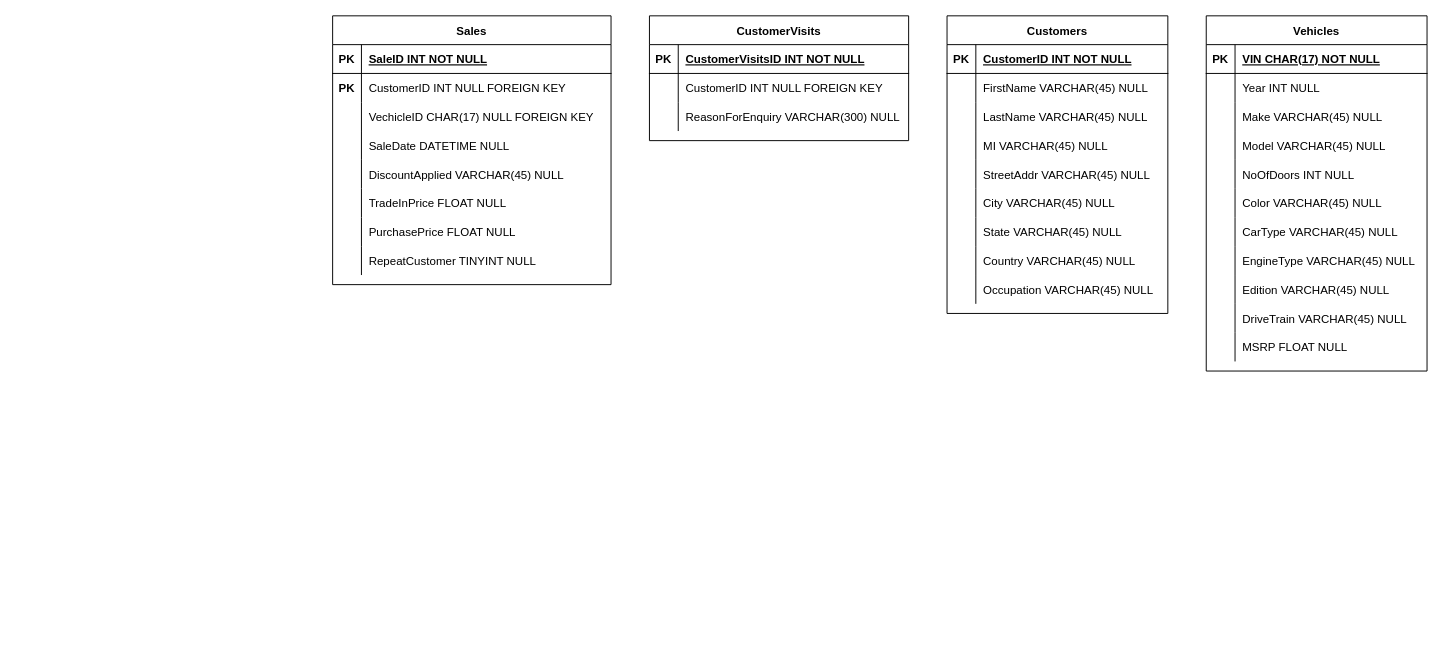
The draw.io diagram Untitled Diagram.drawio in vamsi-kavuri/Utils, before the edit. Source tidied: cells renumbered, new cells numbered last; positions are measured from the earlier drawing's top-left corner, leaving out a move shared by most shapes. Both pictures are drawn from the tidied source at 96%, with x=0, y=0 at pixel (332, 15).
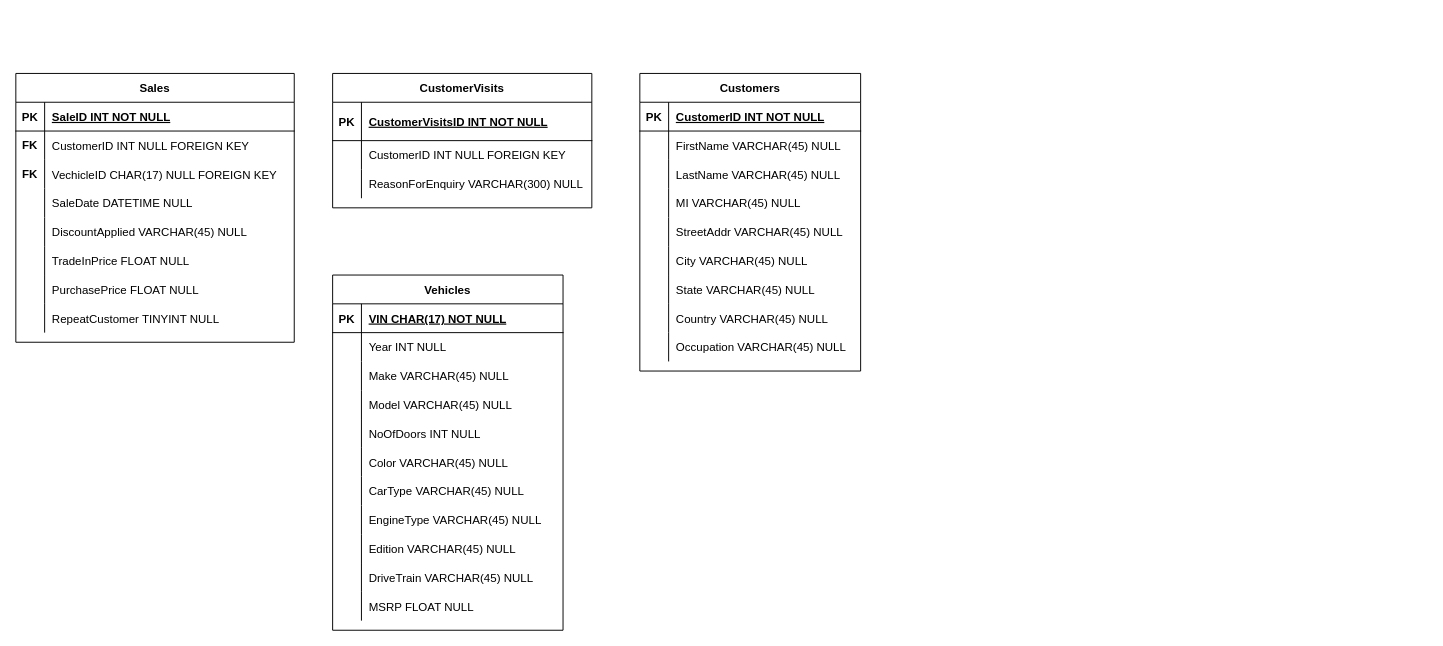
After the change.

What changed in the source:
```diff
@@
+    <mxCell id="99" value="FK" style="shape=partialRectangle;overflow=hidden;fillColor=none;top=0;left=0;bottom=0;right=0;fontStyle=1;" parent="1" vertex="1">
+      <mxGeometry x="-330" y="119" width="30" height="30" as="geometry" />
+    </mxCell>
+    <mxCell id="100" value="FK" style="shape=partialRectangle;overflow=hidden;fillColor=none;top=0;left=0;bottom=0;right=0;fontStyle=1;" parent="1" vertex="1">
+      <mxGeometry x="-330" y="149" width="30" height="30" as="geometry" />
+    </mxCell>
     <mxCell id="2" value="Sales" style="shape=table;startSize=30;childLayout=tableLayout;rowLines=0;fontStyle=1;align=center;" parent="1" vertex="1">
-      <mxGeometry width="290" height="280" as="geometry" />
+      <mxGeometry x="-330" y="60" width="290" height="280" as="geometry" />
     </mxCell>
@@
     <mxCell id="27" value="CustomerVisits" style="shape=table;startSize=30;childLayout=tableLayout;rowLines=0;fontStyle=1;align=center;" parent="1" vertex="1">
-      <mxGeometry x="330" width="270" height="130" as="geometry" />
+      <mxGeometry y="60" width="270" height="140" as="geometry" />
     </mxCell>
     <mxCell id="28" style="shape=partialRectangle;fillColor=none;top=0;left=0;right=0;bottom=1;" parent="27" vertex="1">
-      <mxGeometry y="30" width="270" height="30" as="geometry" />
+      <mxGeometry y="30" width="270" height="40" as="geometry" />
     </mxCell>
     <mxCell id="29" value="PK" style="shape=partialRectangle;overflow=hidden;fillColor=none;top=0;left=0;bottom=0;right=0;fontStyle=1;" parent="28" vertex="1">
-      <mxGeometry width="30" height="30" as="geometry" />
+      <mxGeometry width="30" height="40" as="geometry" />
     </mxCell>
     <mxCell id="30" value="CustomerVisitsID INT NOT NULL " style="shape=partialRectangle;overflow=hidden;fillColor=none;top=0;left=0;bottom=0;right=0;align=left;spacingLeft=6;fontStyle=5;" parent="28" vertex="1">
-      <mxGeometry x="30" width="240" height="30" as="geometry" />
+      <mxGeometry x="30" width="240" height="40" as="geometry" />
     </mxCell>
     <mxCell id="31" style="shape=partialRectangle;fillColor=none;top=0;left=0;right=0;bottom=0;" parent="27" vertex="1">
-      <mxGeometry y="60" width="270" height="30" as="geometry" />
+      <mxGeometry y="70" width="270" height="30" as="geometry" />
     </mxCell>
@@
     <mxCell id="34" style="shape=partialRectangle;fillColor=none;top=0;left=0;right=0;bottom=0;" parent="27" vertex="1">
-      <mxGeometry y="90" width="270" height="30" as="geometry" />
+      <mxGeometry y="100" width="270" height="30" as="geometry" />
     </mxCell>
@@
     <mxCell id="37" value="Customers" style="shape=table;startSize=30;childLayout=tableLayout;rowLines=0;fontStyle=1;align=center;" parent="1" vertex="1">
-      <mxGeometry x="640" width="230" height="310" as="geometry" />
+      <mxGeometry x="320" y="60" width="230" height="310" as="geometry" />
     </mxCell>
@@
     <mxCell id="65" value="Vehicles" style="shape=table;startSize=30;childLayout=tableLayout;rowLines=0;fontStyle=1;align=center;" parent="1" vertex="1">
-      <mxGeometry x="910" width="230" height="370" as="geometry" />
+      <mxGeometry y="270" width="240" height="370" as="geometry" />
     </mxCell>
     <mxCell id="66" style="shape=partialRectangle;fillColor=none;top=0;left=0;right=0;bottom=1;" parent="65" vertex="1">
-      <mxGeometry y="30" width="230" height="30" as="geometry" />
+      <mxGeometry y="30" width="240" height="30" as="geometry" />
     </mxCell>
@@
     <mxCell id="68" value="VIN CHAR(17) NOT NULL " style="shape=partialRectangle;overflow=hidden;fillColor=none;top=0;left=0;bottom=0;right=0;align=left;spacingLeft=6;fontStyle=5;" parent="66" vertex="1">
-      <mxGeometry x="30" width="200" height="30" as="geometry" />
+      <mxGeometry x="30" width="210" height="30" as="geometry" />
     </mxCell>
     <mxCell id="69" style="shape=partialRectangle;fillColor=none;top=0;left=0;right=0;bottom=0;" parent="65" vertex="1">
-      <mxGeometry y="60" width="230" height="30" as="geometry" />
+      <mxGeometry y="60" width="240" height="30" as="geometry" />
     </mxCell>
@@
     <mxCell id="71" value="Year INT NULL" style="shape=partialRectangle;overflow=hidden;fillColor=none;top=0;left=0;bottom=0;right=0;align=left;spacingLeft=6;" parent="69" vertex="1">
-      <mxGeometry x="30" width="200" height="30" as="geometry" />
+      <mxGeometry x="30" width="210" height="30" as="geometry" />
     </mxCell>
     <mxCell id="72" style="shape=partialRectangle;fillColor=none;top=0;left=0;right=0;bottom=0;" parent="65" vertex="1">
-      <mxGeometry y="90" width="230" height="30" as="geometry" />
+      <mxGeometry y="90" width="240" height="30" as="geometry" />
     </mxCell>
@@
     <mxCell id="74" value="Make VARCHAR(45) NULL" style="shape=partialRectangle;overflow=hidden;fillColor=none;top=0;left=0;bottom=0;right=0;align=left;spacingLeft=6;" parent="72" vertex="1">
-      <mxGeometry x="30" width="200" height="30" as="geometry" />
+      <mxGeometry x="30" width="210" height="30" as="geometry" />
     </mxCell>
     <mxCell id="75" style="shape=partialRectangle;fillColor=none;top=0;left=0;right=0;bottom=0;" parent="65" vertex="1">
-      <mxGeometry y="120" width="230" height="30" as="geometry" />
+      <mxGeometry y="120" width="240" height="30" as="geometry" />
     </mxCell>
@@
     <mxCell id="77" value="Model VARCHAR(45) NULL" style="shape=partialRectangle;overflow=hidden;fillColor=none;top=0;left=0;bottom=0;right=0;align=left;spacingLeft=6;" parent="75" vertex="1">
-      <mxGeometry x="30" width="200" height="30" as="geometry" />
+      <mxGeometry x="30" width="210" height="30" as="geometry" />
     </mxCell>
     <mxCell id="78" style="shape=partialRectangle;fillColor=none;top=0;left=0;right=0;bottom=0;" parent="65" vertex="1">
-      <mxGeometry y="150" width="230" height="30" as="geometry" />
+      <mxGeometry y="150" width="240" height="30" as="geometry" />
     </mxCell>
@@
     <mxCell id="80" value="NoOfDoors INT NULL" style="shape=partialRectangle;overflow=hidden;fillColor=none;top=0;left=0;bottom=0;right=0;align=left;spacingLeft=6;" parent="78" vertex="1">
-      <mxGeometry x="30" width="200" height="30" as="geometry" />
+      <mxGeometry x="30" width="210" height="30" as="geometry" />
     </mxCell>
     <mxCell id="81" style="shape=partialRectangle;fillColor=none;top=0;left=0;right=0;bottom=0;" parent="65" vertex="1">
-      <mxGeometry y="180" width="230" height="30" as="geometry" />
+      <mxGeometry y="180" width="240" height="30" as="geometry" />
     </mxCell>
@@
     <mxCell id="83" value="Color VARCHAR(45) NULL" style="shape=partialRectangle;overflow=hidden;fillColor=none;top=0;left=0;bottom=0;right=0;align=left;spacingLeft=6;" parent="81" vertex="1">
-      <mxGeometry x="30" width="200" height="30" as="geometry" />
+      <mxGeometry x="30" width="210" height="30" as="geometry" />
     </mxCell>
     <mxCell id="84" style="shape=partialRectangle;fillColor=none;top=0;left=0;right=0;bottom=0;" parent="65" vertex="1">
-      <mxGeometry y="210" width="230" height="30" as="geometry" />
+      <mxGeometry y="210" width="240" height="30" as="geometry" />
     </mxCell>
@@
     <mxCell id="86" value="CarType VARCHAR(45) NULL" style="shape=partialRectangle;overflow=hidden;fillColor=none;top=0;left=0;bottom=0;right=0;align=left;spacingLeft=6;" parent="84" vertex="1">
-      <mxGeometry x="30" width="200" height="30" as="geometry" />
+      <mxGeometry x="30" width="210" height="30" as="geometry" />
     </mxCell>
     <mxCell id="87" style="shape=partialRectangle;fillColor=none;top=0;left=0;right=0;bottom=0;" parent="65" vertex="1">
-      <mxGeometry y="240" width="230" height="30" as="geometry" />
+      <mxGeometry y="240" width="240" height="30" as="geometry" />
     </mxCell>
@@
     <mxCell id="89" value="EngineType VARCHAR(45) NULL" style="shape=partialRectangle;overflow=hidden;fillColor=none;top=0;left=0;bottom=0;right=0;align=left;spacingLeft=6;" parent="87" vertex="1">
-      <mxGeometry x="30" width="200" height="30" as="geometry" />
+      <mxGeometry x="30" width="210" height="30" as="geometry" />
     </mxCell>
     <mxCell id="90" style="shape=partialRectangle;fillColor=none;top=0;left=0;right=0;bottom=0;" parent="65" vertex="1">
-      <mxGeometry y="270" width="230" height="30" as="geometry" />
+      <mxGeometry y="270" width="240" height="30" as="geometry" />
     </mxCell>
@@
     <mxCell id="92" value="Edition VARCHAR(45) NULL" style="shape=partialRectangle;overflow=hidden;fillColor=none;top=0;left=0;bottom=0;right=0;align=left;spacingLeft=6;" parent="90" vertex="1">
-      <mxGeometry x="30" width="200" height="30" as="geometry" />
+      <mxGeometry x="30" width="210" height="30" as="geometry" />
     </mxCell>
     <mxCell id="93" style="shape=partialRectangle;fillColor=none;top=0;left=0;right=0;bottom=0;" parent="65" vertex="1">
-      <mxGeometry y="300" width="230" height="30" as="geometry" />
+      <mxGeometry y="300" width="240" height="30" as="geometry" />
     </mxCell>
@@
     <mxCell id="95" value="DriveTrain VARCHAR(45) NULL" style="shape=partialRectangle;overflow=hidden;fillColor=none;top=0;left=0;bottom=0;right=0;align=left;spacingLeft=6;" parent="93" vertex="1">
-      <mxGeometry x="30" width="200" height="30" as="geometry" />
+      <mxGeometry x="30" width="210" height="30" as="geometry" />
     </mxCell>
     <mxCell id="96" style="shape=partialRectangle;fillColor=none;top=0;left=0;right=0;bottom=0;" parent="65" vertex="1">
-      <mxGeometry y="330" width="230" height="30" as="geometry" />
+      <mxGeometry y="330" width="240" height="30" as="geometry" />
     </mxCell>
@@
     <mxCell id="98" value="MSRP FLOAT NULL" style="shape=partialRectangle;overflow=hidden;fillColor=none;top=0;left=0;bottom=0;right=0;align=left;spacingLeft=6;" parent="96" vertex="1">
-      <mxGeometry x="30" width="200" height="30" as="geometry" />
+      <mxGeometry x="30" width="210" height="30" as="geometry" />
     </mxCell>
-    <mxCell id="99" value="PK" style="shape=partialRectangle;overflow=hidden;fillColor=none;top=0;left=0;bottom=0;right=0;fontStyle=1;" parent="1" vertex="1">
-      <mxGeometry y="60" width="30" height="30" as="geometry" />
-    </mxCell>
```
